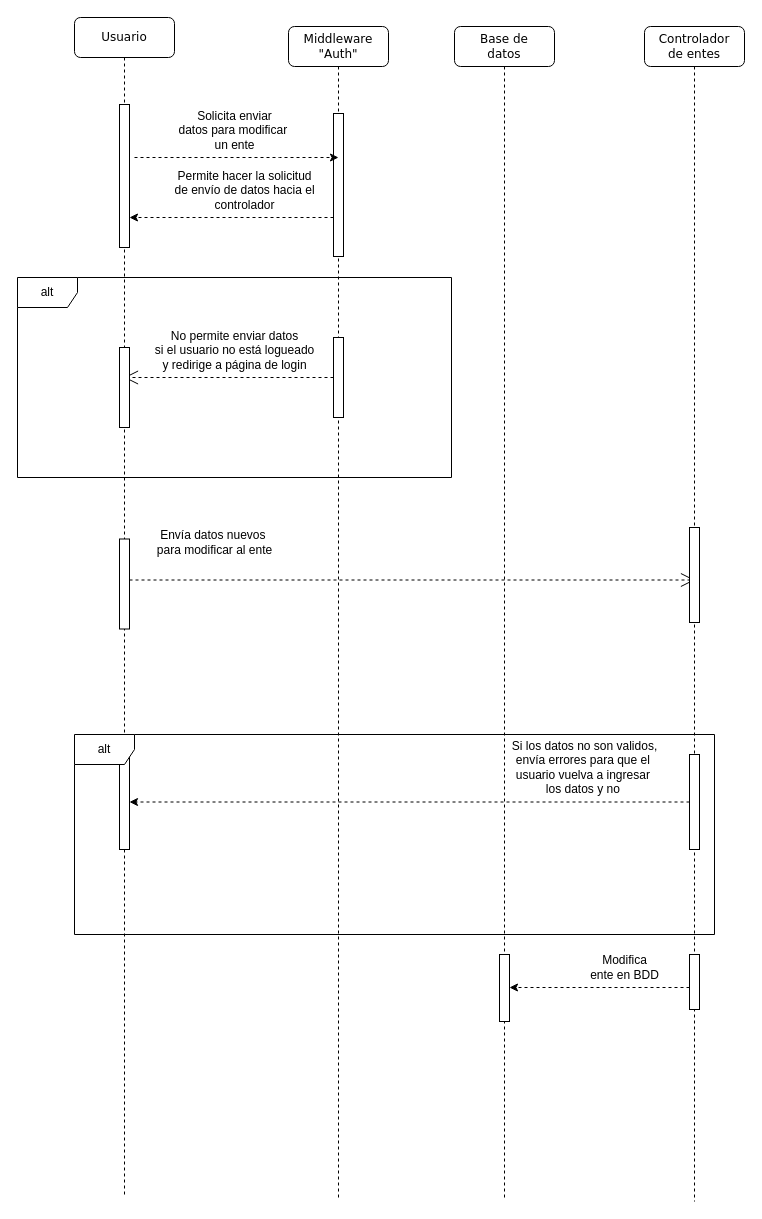
The draw.io diagram page "Página-3" (3 of 3) of Diagramas secuencia/ secuencia_modulo_entes.drawio in MirroringCode/diagramas-del-csm, before the edit. Source tidied: cells renumbered, new cells numbered last; positions are measured from the earlier drawing's top-left corner, leaving out a move shared by most shapes. Both pictures are drawn from the tidied source at 100%, with x=0, y=0 at pixel (17, 17).
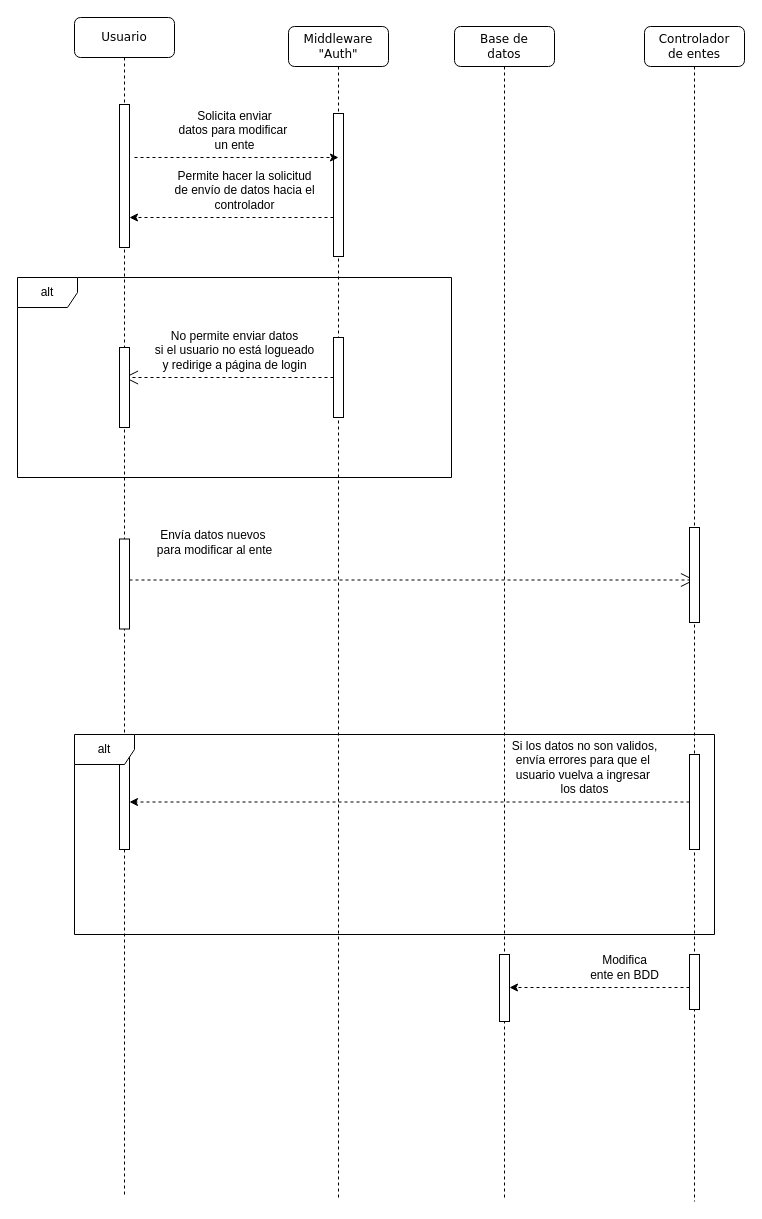
The same diagram, later.

The change refers to these unchanged cells:
```xml
<mxCell id="14" value="Controlador&lt;div&gt;de entes&lt;/div&gt;" style="shape=umlLifeline;perimeter=lifelinePerimeter;whiteSpace=wrap;html=1;rounded=1;shadow=0;comic=0;labelBackgroundColor=none;strokeWidth=1;fontFamily=Verdana;fontSize=12;align=center;" parent="1" vertex="1">
  <mxGeometry x="627" y="9" width="100" height="1175" as="geometry" />
</mxCell>
```

The edit, as a diff of the source:
```diff
@@
-    <mxCell id="21" value="Si los datos no son validos,&lt;div&gt;envía errores para que el&amp;nbsp;&lt;/div&gt;&lt;div&gt;usuario vuelva a ingresar&amp;nbsp;&lt;/div&gt;&lt;div&gt;los datos y no&amp;nbsp;&lt;/div&gt;" style="text;html=1;align=center;verticalAlign=middle;strokeColor=none;fillColor=none;" parent="14" vertex="1">
+    <mxCell id="21" value="Si los datos no son validos,&lt;div&gt;envía errores para que el&amp;nbsp;&lt;/div&gt;&lt;div&gt;usuario vuelva a ingresar&amp;nbsp;&lt;/div&gt;&lt;div&gt;los datos&lt;/div&gt;" style="text;html=1;align=center;verticalAlign=middle;strokeColor=none;fillColor=none;" parent="14" vertex="1">
       <mxGeometry x="-145" y="706" width="170" height="70" as="geometry" />
     </mxCell>
```
